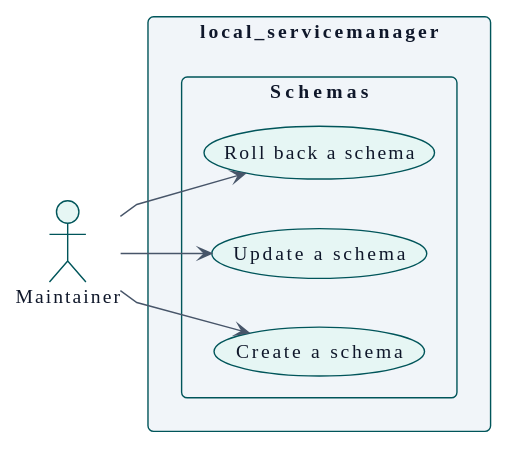
This is docs/es/technical/requirements/use-cases-maintainer.svg from didactika/moodle-local_servicemanager, a PlantUML export, as it was before one commit. The source it was exported from:
```plantuml
@startuml
!theme plain
skinparam backgroundColor #FFFFFF
skinparam defaultFontName IBM Plex Sans
skinparam defaultFontSize 14
skinparam defaultFontColor #0F172A
skinparam shadowing false
skinparam packageStyle rectangle
skinparam ArrowFontSize 12
skinparam ClassAttributeIconSize 0
skinparam roundCorner 8
skinparam ArrowColor #475569
skinparam ArrowFontColor #0F172A
skinparam NoteBackgroundColor #FDF3DC
skinparam NoteBorderColor #00555A
skinparam NoteFontColor #0F172A
skinparam class {
  BackgroundColor #E6F6F4
  BorderColor #00555A
  FontColor #0F172A
}
skinparam entity {
  BackgroundColor #E6F6F4
  BorderColor #00555A
  FontColor #0F172A
}
skinparam participant {
  BackgroundColor #E6F6F4
  BorderColor #00555A
  FontColor #0F172A
}
skinparam actor {
  BackgroundColor #E6F6F4
  BorderColor #00555A
  FontColor #0F172A
}
skinparam database {
  BackgroundColor #E6F6F4
  BorderColor #00555A
  FontColor #0F172A
}
skinparam component {
  BackgroundColor #E6F6F4
  BorderColor #00555A
  FontColor #0F172A
}
skinparam node {
  BackgroundColor #E6F6F4
  BorderColor #00555A
  FontColor #0F172A
}
skinparam usecase {
  BackgroundColor #E6F6F4
  BorderColor #00555A
  FontColor #0F172A
}
skinparam interface {
  BackgroundColor #E6F6F4
  BorderColor #00555A
  FontColor #0F172A
}
skinparam state {
  BackgroundColor #E6F6F4
  BorderColor #00555A
  FontColor #0F172A
  StartColor #475569
  EndColor #475569
  ArrowColor #475569
}
skinparam package {
  BackgroundColor #F1F5F9
  BorderColor #00555A
  FontColor #0F172A
}
skinparam sequence {
  LifeLineBorderColor #475569
  LifeLineBackgroundColor #E6F6F4
  ArrowColor #475569
  GroupBorderColor #00555A
  GroupBackgroundColor #F1F5F9
}
skinparam package<<level1>> {
  BackgroundColor #A7DDD5
  BorderColor #00555A
  FontColor #0F172A
}
skinparam package<<level2>> {
  BackgroundColor #C8EEE9
  BorderColor #00555A
  FontColor #0F172A
}
skinparam package<<level3>> {
  BackgroundColor #E6F6F4
  BorderColor #00555A
  FontColor #0F172A
}
skinparam package<<level4>> {
  BackgroundColor #F4FBFA
  BorderColor #00555A
  FontColor #0F172A
}
hide <<level1>> stereotype
hide <<level2>> stereotype
hide <<level3>> stereotype
hide <<level4>> stereotype
skinparam linetype polyline
left to right direction

actor "Maintainer" as A_Maintainer

rectangle "local_servicemanager" {
  package "Schemas" {
    usecase "Create a schema" as UC_createSchema
    usecase "Update a schema" as UC_updateSchema
    usecase "Roll back a schema" as UC_rollbackSchema
  }
}

A_Maintainer --> UC_createSchema
A_Maintainer --> UC_updateSchema
A_Maintainer --> UC_rollbackSchema
@enduml
```
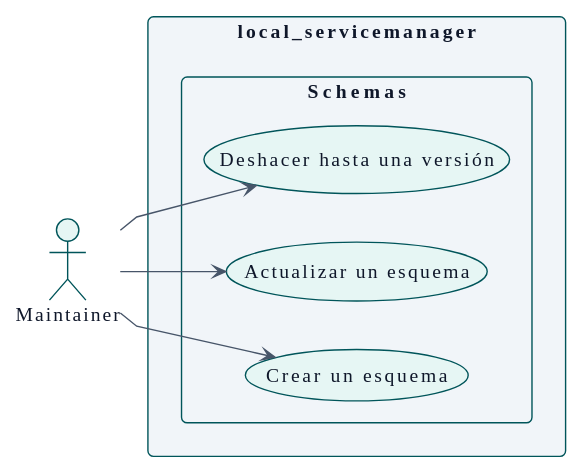
Later version of the same file.

The edit, as a diff of the source:
```diff
@@ -110,9 +110,9 @@
 
 rectangle "local_servicemanager" {
   package "Schemas" {
-    usecase "Create a schema" as UC_createSchema
-    usecase "Update a schema" as UC_updateSchema
-    usecase "Roll back a schema" as UC_rollbackSchema
+    usecase "Crear un esquema" as UC_createSchema
+    usecase "Actualizar un esquema" as UC_updateSchema
+    usecase "Deshacer hasta una versión" as UC_rollbackSchema
   }
 }
 
```
